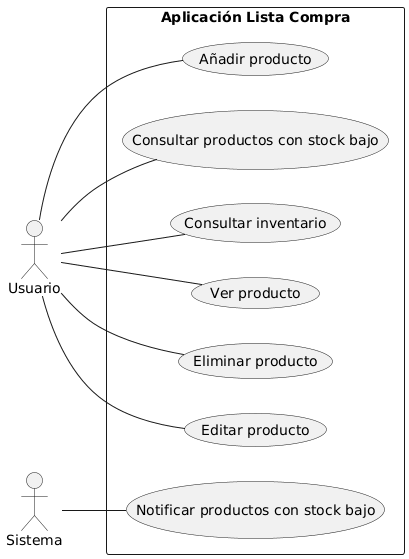
abeltran10/lista_compra keeps this PlantUML diagram as src/main/resources/uml/diagrama_casos_uso.png. Above is the earlier version. Source of this version:
```plantuml
@startuml
left to right direction

actor Usuario
actor Sistema

rectangle "Aplicación Lista Compra" {

    Usuario -- (Añadir producto)
    Usuario -- (Editar producto)
    Usuario -- (Eliminar producto)
    Usuario -- (Ver producto)
    Usuario -- (Consultar inventario)
    Usuario -- (Consultar productos con stock bajo)

    Sistema -- (Notificar productos con stock bajo)

}
@enduml
```
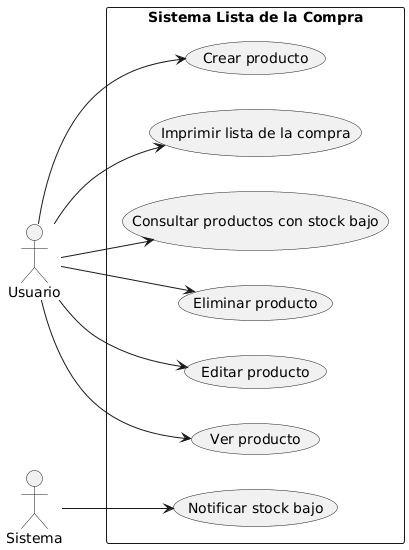
After the change.

Commit message:
modificados diagramas

What changed in the source:
```diff
@@ -1,19 +1,19 @@
 @startuml
 left to right direction
+skinparam packageStyle rectangle
 
 actor Usuario
 actor Sistema
 
-rectangle "Aplicación Lista Compra" {
+rectangle "Sistema Lista de la Compra" {
 
-    Usuario -- (Añadir producto)
-    Usuario -- (Editar producto)
-    Usuario -- (Eliminar producto)
-    Usuario -- (Ver producto)
-    Usuario -- (Consultar inventario)
-    Usuario -- (Consultar productos con stock bajo)
+    Usuario --> (Crear producto)
+    Usuario --> (Ver producto)
+    Usuario --> (Editar producto)
+    Usuario --> (Eliminar producto)
+    Usuario --> (Consultar productos con stock bajo)
+    Usuario --> (Imprimir lista de la compra)
 
-    Sistema -- (Notificar productos con stock bajo)
-
+    Sistema --> (Notificar stock bajo)
 }
 @enduml
```
